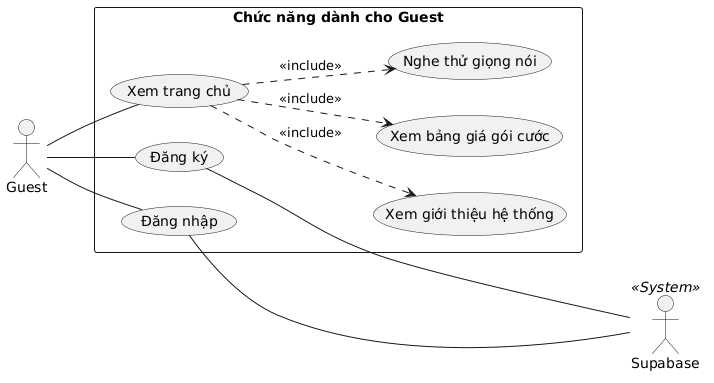
Before: temp/01-UseCase/UML-UseCase-Guest.png, a diagram exported from PlantUML (20206205Tech/docs-uml).
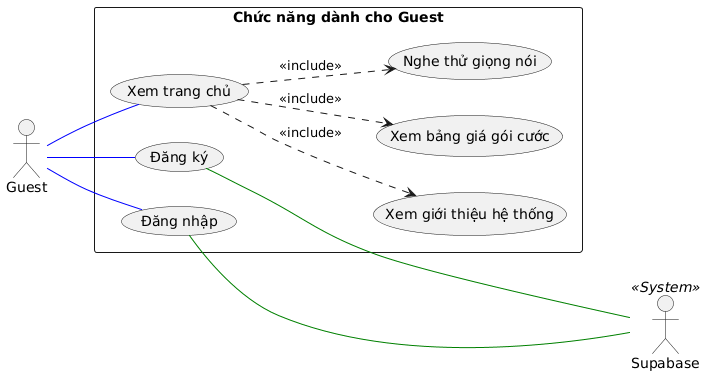
After the commit.

What changed in the source:
```diff
@@ -19,10 +19,10 @@
   UC_Home ..> UC_SampleVoice : <<include>>
 }
 
-Guest -- UC_Home
-Guest -- UC_Register
-Guest -- UC_Login
+Guest -- UC_Home #blue
+Guest -- UC_Register #blue
+Guest -- UC_Login #blue
 
-UC_Register --- Supabase
-UC_Login --- Supabase
+UC_Register --- Supabase #green
+UC_Login --- Supabase #green
 @enduml
```
